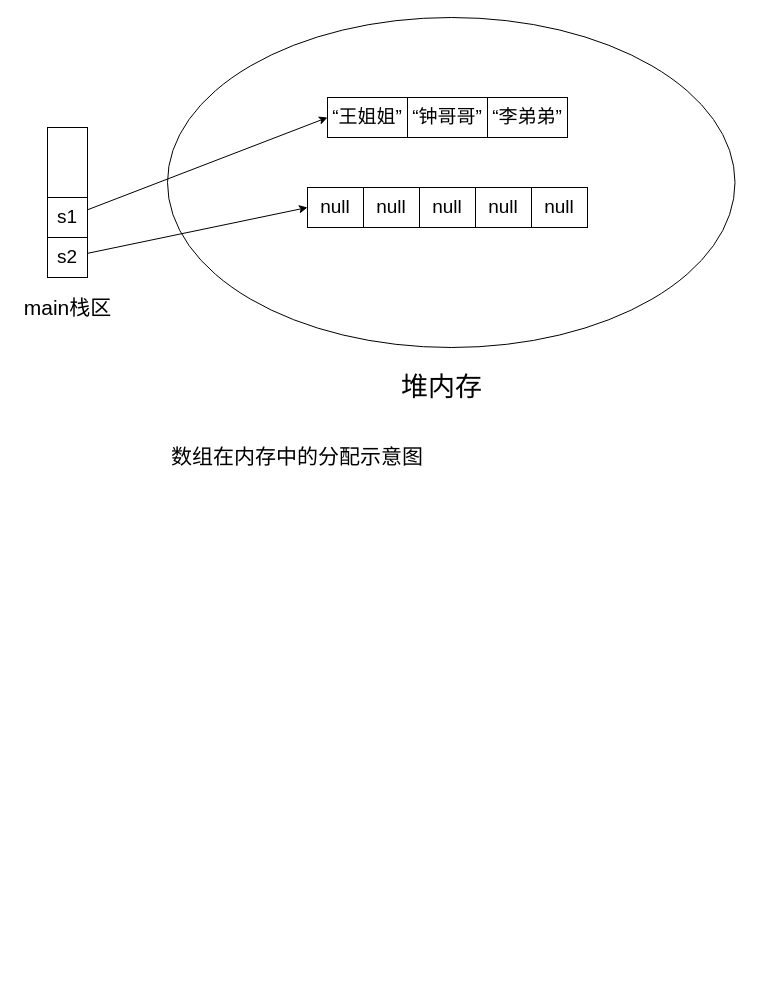
Above: 数组.drawio in lexinhu/diagrams (draw.io), before the change. Source tidied: cells renumbered, new cells numbered last; positions are measured from the earlier drawing's top-left corner, leaving out a move shared by most shapes. Both pictures are drawn from the tidied source at 100%, with x=0, y=0 at pixel (17, 17).
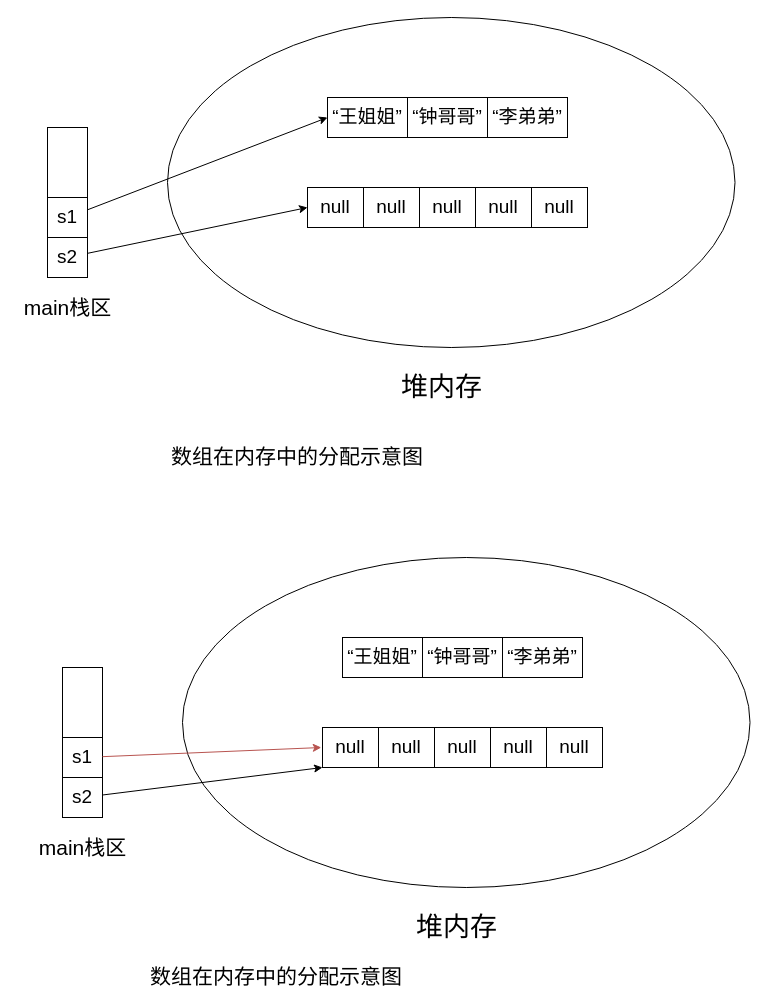
After the change.

The edit, as a diff of the source:
```diff
@@
+    <mxCell id="23" style="rounded=0;whiteSpace=wrap;html=1;" parent="1" vertex="1">
+      <mxGeometry x="45" y="650" width="40" height="150" as="geometry" />
+    </mxCell>
+    <mxCell id="24" value="s1" style="rounded=0;whiteSpace=wrap;html=1;fontSize=19;" parent="1" vertex="1">
+      <mxGeometry x="45" y="720" width="40" height="40" as="geometry" />
+    </mxCell>
+    <mxCell id="25" value="s2" style="rounded=0;whiteSpace=wrap;html=1;fontSize=19;" parent="1" vertex="1">
+      <mxGeometry x="45" y="760" width="40" height="40" as="geometry" />
+    </mxCell>
+    <mxCell id="26" value="&lt;font style=&quot;font-size: 21px&quot;&gt;main栈区&lt;/font&gt;" style="text;html=1;align=center;verticalAlign=middle;strokeColor=none;" parent="1" vertex="1">
+      <mxGeometry x="15" y="820" width="100" height="20" as="geometry" />
+    </mxCell>
+    <mxCell id="27" style="ellipse;whiteSpace=wrap;html=1;fontSize=19;" parent="1" vertex="1">
+      <mxGeometry x="165" y="540" width="567.5" height="330" as="geometry" />
+    </mxCell>
+    <mxCell id="28" style="group;" parent="1" vertex="1">
+      <mxGeometry x="325" y="620" width="240" height="40" as="geometry" />
+    </mxCell>
+    <mxCell id="29" style="rounded=0;whiteSpace=wrap;html=1;fontSize=19;" parent="28" vertex="1">
+      <mxGeometry width="240" height="40" as="geometry" />
+    </mxCell>
+    <mxCell id="30" value="“王姐姐”" style="rounded=0;whiteSpace=wrap;html=1;fontSize=19;" parent="28" vertex="1">
+      <mxGeometry width="80" height="40" as="geometry" />
+    </mxCell>
+    <mxCell id="31" value="“钟哥哥”" style="rounded=0;whiteSpace=wrap;html=1;fontSize=19;" parent="28" vertex="1">
+      <mxGeometry x="80" width="80" height="40" as="geometry" />
+    </mxCell>
+    <mxCell id="32" value="“李弟弟”" style="rounded=0;whiteSpace=wrap;html=1;fontSize=19;" parent="28" vertex="1">
+      <mxGeometry x="160" width="80" height="40" as="geometry" />
+    </mxCell>
+    <mxCell id="33" style="group;" parent="1" vertex="1">
+      <mxGeometry x="305" y="710" width="280" height="40" as="geometry" />
+    </mxCell>
+    <mxCell id="34" style="rounded=0;whiteSpace=wrap;html=1;fontSize=19;" parent="33" vertex="1">
+      <mxGeometry width="276" height="40" as="geometry" />
+    </mxCell>
+    <mxCell id="35" value="null" style="rounded=0;whiteSpace=wrap;html=1;fontSize=19;" parent="33" vertex="1">
+      <mxGeometry width="56" height="40" as="geometry" />
+    </mxCell>
+    <mxCell id="36" value="null" style="rounded=0;whiteSpace=wrap;html=1;fontSize=19;" parent="33" vertex="1">
+      <mxGeometry x="56" width="56" height="40" as="geometry" />
+    </mxCell>
+    <mxCell id="37" value="null" style="rounded=0;whiteSpace=wrap;html=1;fontSize=19;" parent="33" vertex="1">
+      <mxGeometry x="112" width="56" height="40" as="geometry" />
+    </mxCell>
+    <mxCell id="38" value="null" style="rounded=0;whiteSpace=wrap;html=1;fontSize=19;" parent="33" vertex="1">
+      <mxGeometry x="168" width="56" height="40" as="geometry" />
+    </mxCell>
+    <mxCell id="39" value="null" style="rounded=0;whiteSpace=wrap;html=1;fontSize=19;" parent="33" vertex="1">
+      <mxGeometry x="224" width="56" height="40" as="geometry" />
+    </mxCell>
+    <mxCell id="40" style="rounded=0;jettySize=auto;html=1;fontSize=19;verticalAlign=middle;fillColor=#f8cecc;strokeColor=#b85450;" parent="1" edge="1" source="24">
+      <mxGeometry relative="1" as="geometry">
+        <mxPoint x="303.8" y="730" as="targetPoint" />
+      </mxGeometry>
+    </mxCell>
+    <mxCell id="41" style="edgeStyle=none;rounded=0;jettySize=auto;html=1;entryX=0;entryY=1;entryDx=0;entryDy=0;fontSize=19;verticalAlign=middle;" parent="1" edge="1" source="25" target="35">
+      <mxGeometry relative="1" as="geometry" />
+    </mxCell>
+    <mxCell id="42" value="&lt;span style=&quot;font-size: 27px;&quot;&gt;堆内存&lt;/span&gt;" style="text;html=1;align=center;verticalAlign=middle;strokeColor=none;fontSize=27;" parent="1" vertex="1">
+      <mxGeometry x="389" y="890" width="100" height="40" as="geometry" />
+    </mxCell>
+    <mxCell id="43" value="数组在内存中的分配示意图" style="text;html=1;strokeColor=none;fillColor=none;align=center;verticalAlign=middle;whiteSpace=wrap;rounded=0;fontSize=21;fontFamily=Times New Roman;" parent="1" vertex="1">
+      <mxGeometry x="29" y="950" width="460" height="20" as="geometry" />
+    </mxCell>
```
